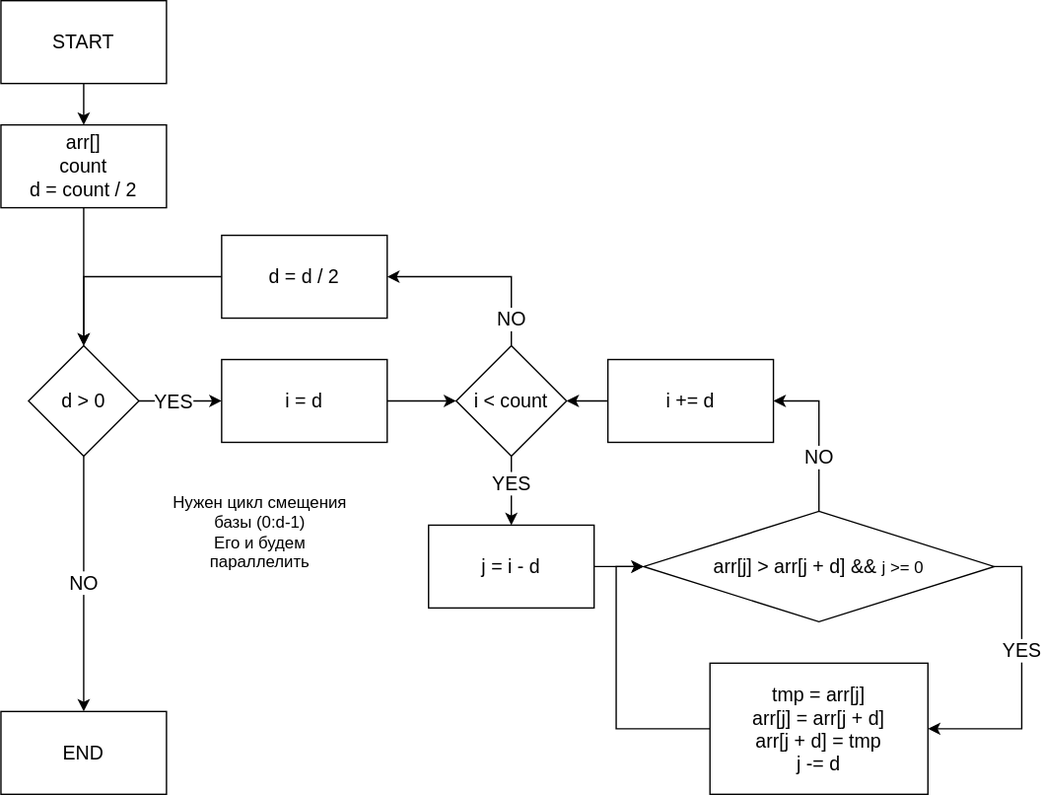
Above: diagram/algorithm.svg in KATEHOK/par_prog-3 (draw.io), before the change. Source tidied: cells renumbered, new cells last; positions are measured from the earlier drawing's top-left corner, leaving out a move shared by most shapes.
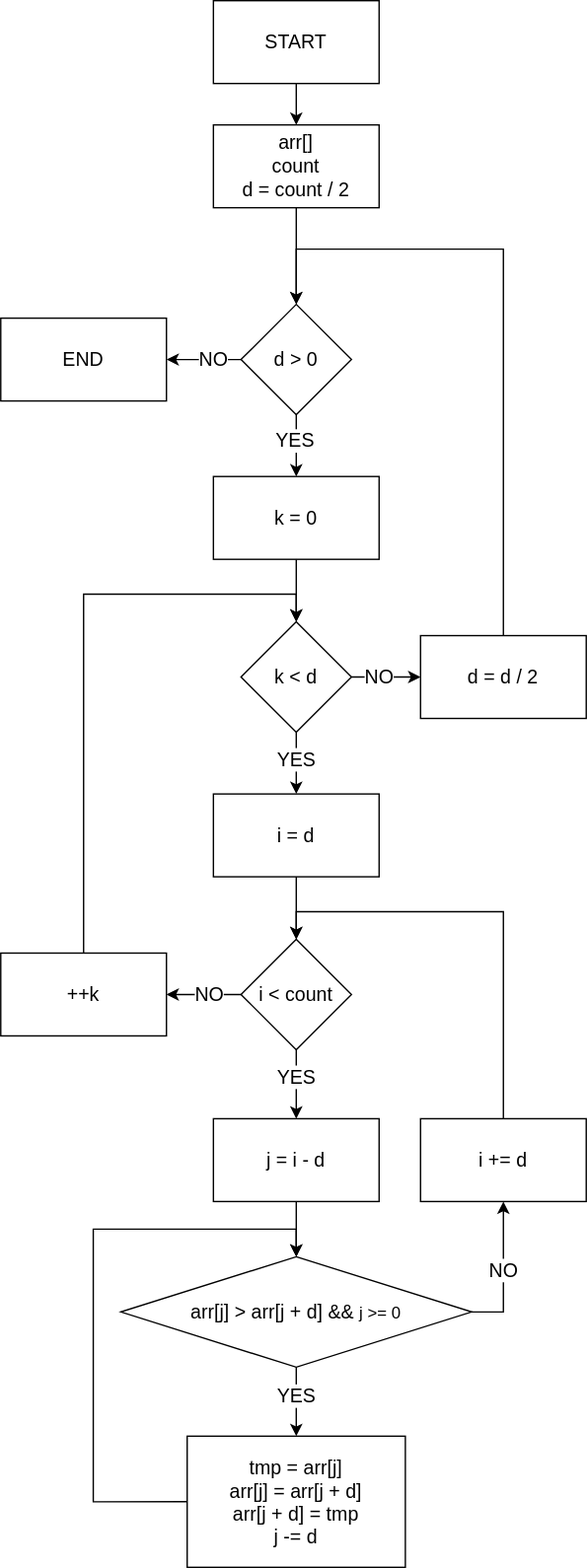
The same file after the commit.

Diff of the diagram source:
```diff
@@ -6,79 +6,81 @@
       <mxGeometry relative="1" as="geometry" />
     </mxCell>
     <mxCell id="3" value="&lt;font style=&quot;font-size: 14px;&quot;&gt;START&lt;/font&gt;" style="rounded=0;whiteSpace=wrap;html=1;" parent="1" vertex="1">
-      <mxGeometry width="120" height="60" as="geometry" />
+      <mxGeometry x="-10" y="-23" width="120" height="60" as="geometry" />
     </mxCell>
     <mxCell id="4" style="edgeStyle=orthogonalEdgeStyle;rounded=0;jettySize=auto;html=1;" parent="1" edge="1" source="5" target="10">
       <mxGeometry relative="1" as="geometry" />
     </mxCell>
     <mxCell id="5" value="&lt;font style=&quot;font-size: 14px;&quot;&gt;arr[]&lt;br&gt;count&lt;br&gt;d = count / 2&lt;br&gt;&lt;/font&gt;" style="rounded=0;whiteSpace=wrap;html=1;" parent="1" vertex="1">
-      <mxGeometry y="90" width="120" height="60" as="geometry" />
+      <mxGeometry x="-10" y="67" width="120" height="60" as="geometry" />
     </mxCell>
-    <mxCell id="6" style="edgeStyle=orthogonalEdgeStyle;rounded=0;jettySize=auto;html=1;exitX=0.5;exitY=1;exitDx=0;exitDy=0;" parent="1" edge="1" source="10" target="11">
+    <mxCell id="6" style="edgeStyle=orthogonalEdgeStyle;rounded=0;jettySize=auto;html=1;exitX=0;exitY=0.5;exitDx=0;exitDy=0;" parent="1" edge="1" source="10" target="11">
       <mxGeometry relative="1" as="geometry" />
     </mxCell>
     <mxCell id="7" value="&lt;font style=&quot;font-size: 14px;&quot;&gt;NO&lt;/font&gt;" style="edgeLabel;html=1;align=center;verticalAlign=middle;" parent="6" vertex="1">
       <mxGeometry x="-0.06" y="-1" relative="1" as="geometry">
-        <mxPoint x="1" y="4" as="offset" />
+        <mxPoint x="5" y="1" as="offset" />
       </mxGeometry>
     </mxCell>
-    <mxCell id="8" style="edgeStyle=orthogonalEdgeStyle;rounded=0;jettySize=auto;html=1;" parent="1" edge="1" source="10" target="13">
+    <mxCell id="8" style="edgeStyle=orthogonalEdgeStyle;rounded=0;jettySize=auto;html=1;entryX=0.5;entryY=0;entryDx=0;entryDy=0;exitX=0.5;exitY=1;exitDx=0;exitDy=0;" parent="1" edge="1" source="10" target="34">
       <mxGeometry relative="1" as="geometry" />
     </mxCell>
     <mxCell id="9" value="&lt;font style=&quot;font-size: 14px;&quot;&gt;YES&lt;/font&gt;" style="edgeLabel;html=1;align=center;verticalAlign=middle;" parent="8" vertex="1">
       <mxGeometry x="-0.18" y="-1" relative="1" as="geometry" />
     </mxCell>
     <mxCell id="10" value="&lt;font style=&quot;font-size: 14px;&quot;&gt;d &amp;gt; 0&lt;/font&gt;" style="rhombus;whiteSpace=wrap;html=1;" parent="1" vertex="1">
-      <mxGeometry x="20" y="250" width="80" height="80" as="geometry" />
+      <mxGeometry x="10" y="197" width="80" height="80" as="geometry" />
     </mxCell>
     <mxCell id="11" value="&lt;font style=&quot;font-size: 14px;&quot;&gt;END&lt;/font&gt;" style="rounded=0;whiteSpace=wrap;html=1;" parent="1" vertex="1">
-      <mxGeometry y="515" width="120" height="60" as="geometry" />
+      <mxGeometry x="-164" y="207" width="120" height="60" as="geometry" />
     </mxCell>
-    <mxCell id="12" style="edgeStyle=orthogonalEdgeStyle;rounded=0;jettySize=auto;html=1;entryX=0;entryY=0.5;entryDx=0;entryDy=0;" parent="1" edge="1" source="13" target="27">
+    <mxCell id="12" style="edgeStyle=orthogonalEdgeStyle;rounded=0;jettySize=auto;html=1;exitX=0.5;exitY=1;exitDx=0;exitDy=0;entryX=0.5;entryY=0;entryDx=0;entryDy=0;" parent="1" edge="1" source="13" target="27">
       <mxGeometry relative="1" as="geometry" />
     </mxCell>
     <mxCell id="13" value="&lt;font style=&quot;font-size: 14px;&quot;&gt;i = d&lt;br&gt;&lt;/font&gt;" style="rounded=0;whiteSpace=wrap;html=1;" parent="1" vertex="1">
-      <mxGeometry x="160" y="260" width="120" height="60" as="geometry" />
+      <mxGeometry x="-10" y="551.7" width="120" height="60" as="geometry" />
     </mxCell>
-    <mxCell id="14" style="edgeStyle=orthogonalEdgeStyle;rounded=0;jettySize=auto;html=1;exitX=0;exitY=0.5;exitDx=0;exitDy=0;entryX=0.5;entryY=0;entryDx=0;entryDy=0;" parent="1" edge="1" source="15" target="10">
-      <mxGeometry relative="1" as="geometry" />
+    <mxCell id="14" style="edgeStyle=orthogonalEdgeStyle;rounded=0;jettySize=auto;html=1;exitX=0.5;exitY=0;exitDx=0;exitDy=0;entryX=0.5;entryY=0;entryDx=0;entryDy=0;" parent="1" edge="1" source="15" target="10">
+      <mxGeometry relative="1" as="geometry">
+        <Array as="points">
+          <mxPoint x="200" y="157" />
+          <mxPoint x="50" y="157" />
+        </Array>
+      </mxGeometry>
     </mxCell>
     <mxCell id="15" value="&lt;font style=&quot;font-size: 14px;&quot;&gt;d = d / 2&lt;/font&gt;" style="rounded=0;whiteSpace=wrap;html=1;" parent="1" vertex="1">
-      <mxGeometry x="160" y="170" width="120" height="60" as="geometry" />
+      <mxGeometry x="140" y="437" width="120" height="60" as="geometry" />
     </mxCell>
+    <mxCell id="18" style="edgeStyle=orthogonalEdgeStyle;rounded=0;jettySize=auto;html=1;entryX=0.5;entryY=0;entryDx=0;entryDy=0;exitX=0.5;exitY=1;exitDx=0;exitDy=0;" parent="1" edge="1" source="20" target="22">
+      <mxGeometry relative="1" as="geometry" />
+    </mxCell>
+    <mxCell id="19" value="&lt;font style=&quot;font-size: 14px;&quot;&gt;YES&lt;/font&gt;" style="edgeLabel;html=1;align=center;verticalAlign=middle;" parent="18" vertex="1">
+      <mxGeometry x="0.02" y="1" relative="1" as="geometry">
+        <mxPoint x="-1" y="-5" as="offset" />
+      </mxGeometry>
+    </mxCell>
-    <mxCell id="16" style="edgeStyle=orthogonalEdgeStyle;rounded=0;jettySize=auto;html=1;exitX=0.5;exitY=0;exitDx=0;exitDy=0;entryX=1;entryY=0.5;entryDx=0;entryDy=0;" parent="1" edge="1" source="20" target="31">
-      <mxGeometry relative="1" as="geometry">
-        <Array as="points">
-          <mxPoint x="593" y="290" />
-        </Array>
-      </mxGeometry>
+    <mxCell id="16" style="edgeStyle=orthogonalEdgeStyle;rounded=0;jettySize=auto;html=1;entryX=0.5;entryY=1;entryDx=0;entryDy=0;exitX=1;exitY=0.5;exitDx=0;exitDy=0;" parent="1" edge="1" source="20" target="31">
+      <mxGeometry relative="1" as="geometry" />
     </mxCell>
     <mxCell id="17" value="&lt;font style=&quot;font-size: 14px;&quot;&gt;NO&lt;/font&gt;" style="edgeLabel;html=1;align=center;verticalAlign=middle;" parent="16" vertex="1">
-      <mxGeometry x="-0.57" y="-1" relative="1" as="geometry">
-        <mxPoint x="-1" y="-15" as="offset" />
+      <mxGeometry x="-0.07" y="-2" relative="1" as="geometry">
+        <mxPoint x="-2" y="-5" as="offset" />
       </mxGeometry>
     </mxCell>
-    <mxCell id="18" style="edgeStyle=orthogonalEdgeStyle;rounded=0;jettySize=auto;html=1;entryX=1;entryY=0.5;entryDx=0;entryDy=0;exitX=1;exitY=0.5;exitDx=0;exitDy=0;" parent="1" edge="1" source="20" target="22">
-      <mxGeometry relative="1" as="geometry" />
-    </mxCell>
-    <mxCell id="19" value="&lt;font style=&quot;font-size: 14px;&quot;&gt;YES&lt;/font&gt;" style="edgeLabel;html=1;align=center;verticalAlign=middle;" parent="18" vertex="1">
-      <mxGeometry x="0.02" y="1" relative="1" as="geometry">
-        <mxPoint x="-1" y="-25" as="offset" />
-      </mxGeometry>
-    </mxCell>
     <mxCell id="20" value="&lt;font style=&quot;font-size: 14px;&quot;&gt;arr[j] &amp;gt; arr[j + d] &amp;amp;&amp;amp;&amp;nbsp;&lt;/font&gt;j &amp;gt;= 0" style="rhombus;whiteSpace=wrap;html=1;" parent="1" vertex="1">
-      <mxGeometry x="466" y="370" width="254" height="80" as="geometry" />
+      <mxGeometry x="-77" y="887" width="254" height="80" as="geometry" />
     </mxCell>
-    <mxCell id="21" style="edgeStyle=orthogonalEdgeStyle;rounded=0;jettySize=auto;html=1;exitX=0;exitY=0.5;exitDx=0;exitDy=0;entryX=0;entryY=0.5;entryDx=0;entryDy=0;" parent="1" edge="1" source="22" target="20">
+    <mxCell id="21" style="edgeStyle=orthogonalEdgeStyle;rounded=0;jettySize=auto;html=1;exitX=0;exitY=0.5;exitDx=0;exitDy=0;entryX=0.5;entryY=0;entryDx=0;entryDy=0;" parent="1" edge="1" source="22" target="20">
       <mxGeometry relative="1" as="geometry">
         <Array as="points">
-          <mxPoint x="446" y="528" />
-          <mxPoint x="446" y="410" />
+          <mxPoint x="-97" y="1065" />
+          <mxPoint x="-97" y="867" />
+          <mxPoint x="50" y="867" />
         </Array>
       </mxGeometry>
     </mxCell>
     <mxCell id="22" value="&lt;font style=&quot;font-size: 14px;&quot;&gt;tmp = arr[j]&lt;br&gt;arr[j] = arr[j + d]&lt;br&gt;arr[j + d] = tmp&lt;br&gt;j -= d&lt;/font&gt;" style="rounded=0;whiteSpace=wrap;html=1;" parent="1" vertex="1">
-      <mxGeometry x="514" y="480" width="158" height="95" as="geometry" />
+      <mxGeometry x="-29" y="1017" width="158" height="95" as="geometry" />
     </mxCell>
     <mxCell id="23" style="edgeStyle=orthogonalEdgeStyle;rounded=0;jettySize=auto;html=1;" parent="1" edge="1" source="27" target="29">
       <mxGeometry relative="1" as="geometry" />
@@ -88,31 +90,59 @@
         <mxPoint x="3" as="offset" />
       </mxGeometry>
     </mxCell>
-    <mxCell id="25" style="edgeStyle=orthogonalEdgeStyle;rounded=0;jettySize=auto;html=1;exitX=0.5;exitY=0;exitDx=0;exitDy=0;entryX=1;entryY=0.5;entryDx=0;entryDy=0;" parent="1" edge="1" source="27" target="15">
+    <mxCell id="25" style="edgeStyle=orthogonalEdgeStyle;rounded=0;jettySize=auto;html=1;entryX=1;entryY=0.5;entryDx=0;entryDy=0;exitX=0;exitY=0.5;exitDx=0;exitDy=0;" parent="1" edge="1" source="27" target="41">
       <mxGeometry relative="1" as="geometry" />
     </mxCell>
     <mxCell id="26" value="&lt;font style=&quot;font-size: 14px;&quot;&gt;NO&lt;/font&gt;" style="edgeLabel;html=1;align=center;verticalAlign=middle;" parent="25" vertex="1">
       <mxGeometry x="-0.61" relative="1" as="geometry">
-        <mxPoint y="8" as="offset" />
+        <mxPoint x="-13" as="offset" />
       </mxGeometry>
     </mxCell>
     <mxCell id="27" value="&lt;font style=&quot;font-size: 14px;&quot;&gt;i &amp;lt; count&lt;/font&gt;" style="rhombus;whiteSpace=wrap;html=1;" parent="1" vertex="1">
-      <mxGeometry x="330" y="250" width="80" height="80" as="geometry" />
+      <mxGeometry x="10" y="657" width="80" height="80" as="geometry" />
     </mxCell>
-    <mxCell id="28" style="edgeStyle=orthogonalEdgeStyle;rounded=0;jettySize=auto;html=1;entryX=0;entryY=0.5;entryDx=0;entryDy=0;" parent="1" edge="1" source="29" target="20">
+    <mxCell id="28" style="edgeStyle=orthogonalEdgeStyle;rounded=0;jettySize=auto;html=1;entryX=0.5;entryY=0;entryDx=0;entryDy=0;" parent="1" edge="1" source="29" target="20">
       <mxGeometry relative="1" as="geometry" />
     </mxCell>
     <mxCell id="29" value="&lt;font style=&quot;font-size: 14px;&quot;&gt;j = i - d&lt;/font&gt;" style="rounded=0;whiteSpace=wrap;html=1;" parent="1" vertex="1">
-      <mxGeometry x="310" y="380" width="120" height="60" as="geometry" />
+      <mxGeometry x="-10" y="787" width="120" height="60" as="geometry" />
     </mxCell>
-    <mxCell id="30" style="edgeStyle=orthogonalEdgeStyle;rounded=0;jettySize=auto;html=1;" parent="1" edge="1" source="31" target="27">
+    <mxCell id="30" style="edgeStyle=orthogonalEdgeStyle;rounded=0;jettySize=auto;html=1;exitX=0.5;exitY=0;exitDx=0;exitDy=0;entryX=0.5;entryY=0;entryDx=0;entryDy=0;" parent="1" edge="1" source="31" target="27">
       <mxGeometry relative="1" as="geometry" />
     </mxCell>
     <mxCell id="31" value="&lt;font style=&quot;font-size: 14px;&quot;&gt;i += d&lt;/font&gt;" style="rounded=0;whiteSpace=wrap;html=1;" parent="1" vertex="1">
-      <mxGeometry x="440" y="260" width="120" height="60" as="geometry" />
+      <mxGeometry x="140" y="787" width="120" height="60" as="geometry" />
     </mxCell>
-    <mxCell id="32" value="Нужен цикл смещения базы (0:d-1)&lt;br&gt;Его и будем параллелить" style="text;html=1;strokeColor=none;fillColor=none;align=center;verticalAlign=middle;whiteSpace=wrap;rounded=0;" parent="1" vertex="1">
-      <mxGeometry x="120" y="340" width="136" height="90" as="geometry" />
-    </mxCell>
+    <mxCell id="33" style="edgeStyle=orthogonalEdgeStyle;rounded=0;jettySize=auto;html=1;exitX=0.5;exitY=1;exitDx=0;exitDy=0;" parent="1" edge="1" source="34" target="39">
+      <mxGeometry relative="1" as="geometry" />
+    </mxCell>
+    <mxCell id="34" value="&lt;font style=&quot;font-size: 14px;&quot;&gt;k = 0&lt;/font&gt;" style="rounded=0;whiteSpace=wrap;html=1;" parent="1" vertex="1">
+      <mxGeometry x="-10" y="321.7" width="120" height="60" as="geometry" />
+    </mxCell>
+    <mxCell id="35" style="edgeStyle=orthogonalEdgeStyle;rounded=0;jettySize=auto;html=1;exitX=1;exitY=0.5;exitDx=0;exitDy=0;entryX=0;entryY=0.5;entryDx=0;entryDy=0;" parent="1" edge="1" source="39" target="15">
+      <mxGeometry relative="1" as="geometry" />
+    </mxCell>
+    <mxCell id="36" value="&lt;span style=&quot;font-size: 14px;&quot;&gt;NO&lt;/span&gt;" style="edgeLabel;html=1;align=center;verticalAlign=middle;" parent="35" vertex="1">
+      <mxGeometry x="-0.62" relative="1" as="geometry">
+        <mxPoint x="10" as="offset" />
+      </mxGeometry>
+    </mxCell>
+    <mxCell id="37" style="edgeStyle=orthogonalEdgeStyle;rounded=0;jettySize=auto;html=1;" parent="1" edge="1" source="39" target="13">
+      <mxGeometry relative="1" as="geometry" />
+    </mxCell>
+    <mxCell id="38" value="&lt;font style=&quot;font-size: 14px;&quot;&gt;YES&lt;/font&gt;" style="edgeLabel;html=1;align=center;verticalAlign=middle;" parent="37" vertex="1">
+      <mxGeometry x="-0.14" y="3" relative="1" as="geometry">
+        <mxPoint x="-3" as="offset" />
+      </mxGeometry>
+    </mxCell>
+    <mxCell id="39" value="&lt;font style=&quot;font-size: 14px;&quot;&gt;k &amp;lt; d&lt;/font&gt;" style="rhombus;whiteSpace=wrap;html=1;" parent="1" vertex="1">
+      <mxGeometry x="10" y="427" width="80" height="80" as="geometry" />
+    </mxCell>
+    <mxCell id="40" style="edgeStyle=orthogonalEdgeStyle;rounded=0;jettySize=auto;html=1;exitX=0.5;exitY=0;exitDx=0;exitDy=0;entryX=0.5;entryY=0;entryDx=0;entryDy=0;" parent="1" edge="1" source="41" target="39">
+      <mxGeometry relative="1" as="geometry" />
+    </mxCell>
+    <mxCell id="41" value="&lt;font style=&quot;font-size: 14px;&quot;&gt;++k&lt;/font&gt;" style="rounded=0;whiteSpace=wrap;html=1;" parent="1" vertex="1">
+      <mxGeometry x="-164" y="667" width="120" height="60" as="geometry" />
+    </mxCell>
   </root>
 </mxGraphModel>
```
